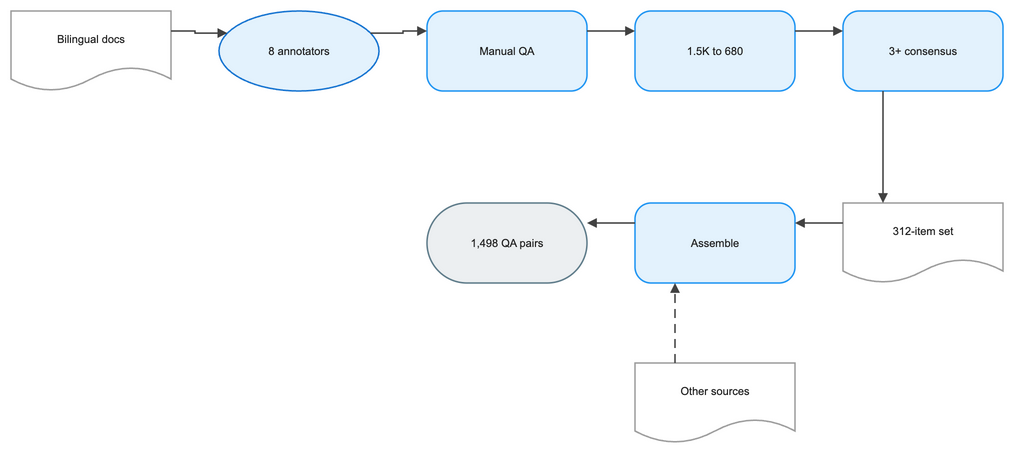
The draw.io diagram client/public/drawio/CodeSimpleQA/CodeSimpleQA.en.png in joe1chief/benchmark-hub, before a commit. Source tidied: cells renumbered, new cells last; positions are measured from the earlier drawing's top-left corner, leaving out a move shared by most shapes.
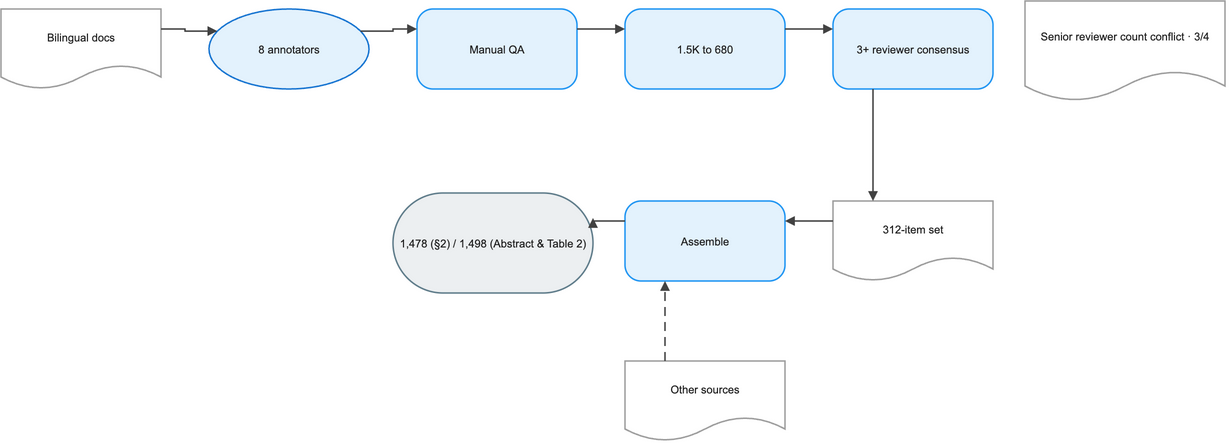
Above is the later version.

Change to the diagram source:
```diff
@@ -1,57 +1,60 @@
-<mxGraphModel background="#FFFFFF" math="1">
+<mxGraphModel background="#FFFFFF">
   <root>
     <mxCell id="0" />
     <mxCell id="1" parent="0" />
-    <mxCell id="2" value="Bilingual docs" style="shape=document;boundedLbl=1;html=1;whiteSpace=wrap;fillColor=#FFFFFF;strokeColor=#9E9E9E;strokeWidth=1.5;fontColor=#212121;fontSize=11;fontFamily=Arial, Helvetica, sans-serif;verticalAlign=middle;align=center;" parent="1" vertex="1">
+    <mxCell id="2" value="Bilingual docs" style="shape=document;boundedLbl=1;html=0;convertToSvg=1;whiteSpace=wrap;fillColor=#FFFFFF;strokeColor=#9E9E9E;strokeWidth=1.5;fontColor=#212121;fontSize=11;fontFamily=Arial, Helvetica, sans-serif;verticalAlign=middle;align=center;" parent="1" vertex="1">
       <mxGeometry width="160" height="80" as="geometry" />
     </mxCell>
-    <mxCell id="3" value="8 annotators" style="ellipse;html=1;whiteSpace=wrap;fillColor=#E3F2FD;strokeColor=#1976D2;strokeWidth=1.5;fontColor=#212121;fontSize=11;fontFamily=Arial, Helvetica, sans-serif;verticalAlign=middle;align=center;" parent="1" vertex="1">
+    <mxCell id="3" value="8 annotators" style="ellipse;html=0;convertToSvg=1;whiteSpace=wrap;fillColor=#E3F2FD;strokeColor=#1976D2;strokeWidth=1.5;fontColor=#212121;fontSize=11;fontFamily=Arial, Helvetica, sans-serif;verticalAlign=middle;align=center;" parent="1" vertex="1">
       <mxGeometry x="208" width="160" height="80" as="geometry" />
     </mxCell>
-    <mxCell id="4" value="Manual QA" style="rounded=1;arcSize=20;html=1;whiteSpace=wrap;fillColor=#E3F2FD;strokeColor=#2196F3;strokeWidth=1.5;fontColor=#212121;fontSize=11;fontFamily=Arial, Helvetica, sans-serif;verticalAlign=middle;align=center;" parent="1" vertex="1">
+    <mxCell id="4" value="Manual QA" style="rounded=1;arcSize=20;html=0;convertToSvg=1;whiteSpace=wrap;fillColor=#E3F2FD;strokeColor=#2196F3;strokeWidth=1.5;fontColor=#212121;fontSize=11;fontFamily=Arial, Helvetica, sans-serif;verticalAlign=middle;align=center;" parent="1" vertex="1">
       <mxGeometry x="416" width="160" height="80" as="geometry" />
     </mxCell>
-    <mxCell id="5" value="1.5K to 680" style="rounded=1;arcSize=20;html=1;whiteSpace=wrap;fillColor=#E3F2FD;strokeColor=#2196F3;strokeWidth=1.5;fontColor=#212121;fontSize=11;fontFamily=Arial, Helvetica, sans-serif;verticalAlign=middle;align=center;" parent="1" vertex="1">
+    <mxCell id="5" value="1.5K to 680" style="rounded=1;arcSize=20;html=0;convertToSvg=1;whiteSpace=wrap;fillColor=#E3F2FD;strokeColor=#2196F3;strokeWidth=1.5;fontColor=#212121;fontSize=11;fontFamily=Arial, Helvetica, sans-serif;verticalAlign=middle;align=center;" parent="1" vertex="1">
       <mxGeometry x="624" width="160" height="80" as="geometry" />
     </mxCell>
-    <mxCell id="6" value="3+ consensus" style="rounded=1;arcSize=20;html=1;whiteSpace=wrap;fillColor=#E3F2FD;strokeColor=#2196F3;strokeWidth=1.5;fontColor=#212121;fontSize=11;fontFamily=Arial, Helvetica, sans-serif;verticalAlign=middle;align=center;" parent="1" vertex="1">
+    <mxCell id="6" value="3+ reviewer consensus" style="rounded=1;arcSize=20;html=0;convertToSvg=1;whiteSpace=wrap;fillColor=#E3F2FD;strokeColor=#2196F3;strokeWidth=1.5;fontColor=#212121;fontSize=11;fontFamily=Arial, Helvetica, sans-serif;verticalAlign=middle;align=center;" parent="1" vertex="1">
       <mxGeometry x="832" width="160" height="80" as="geometry" />
     </mxCell>
-    <mxCell id="7" value="312-item set" style="shape=document;boundedLbl=1;html=1;whiteSpace=wrap;fillColor=#FFFFFF;strokeColor=#9E9E9E;strokeWidth=1.5;fontColor=#212121;fontSize=11;fontFamily=Arial, Helvetica, sans-serif;verticalAlign=middle;align=center;" parent="1" vertex="1">
-      <mxGeometry x="832" y="192" width="160" height="80" as="geometry" />
+    <mxCell id="7" value="Senior reviewer count conflict · 3/4" style="shape=document;boundedLbl=1;html=0;convertToSvg=1;whiteSpace=wrap;fillColor=#FFFFFF;strokeColor=#9E9E9E;strokeWidth=1.5;fontColor=#212121;fontSize=11;fontFamily=Arial, Helvetica, sans-serif;verticalAlign=middle;align=center;" parent="1" vertex="1">
+      <mxGeometry x="1024" y="-8" width="200" height="100" as="geometry" />
     </mxCell>
-    <mxCell id="8" value="Other sources" style="shape=document;boundedLbl=1;html=1;whiteSpace=wrap;fillColor=#FFFFFF;strokeColor=#9E9E9E;strokeWidth=1.5;fontColor=#212121;fontSize=11;fontFamily=Arial, Helvetica, sans-serif;verticalAlign=middle;align=center;" parent="1" vertex="1">
-      <mxGeometry x="624" y="352" width="160" height="80" as="geometry" />
+    <mxCell id="8" value="312-item set" style="shape=document;boundedLbl=1;html=0;convertToSvg=1;whiteSpace=wrap;fillColor=#FFFFFF;strokeColor=#9E9E9E;strokeWidth=1.5;fontColor=#212121;fontSize=11;fontFamily=Arial, Helvetica, sans-serif;verticalAlign=middle;align=center;" parent="1" vertex="1">
+      <mxGeometry x="832" y="192" width="160" height="80" as="geometry" />
     </mxCell>
-    <mxCell id="9" value="Assemble" style="rounded=1;arcSize=20;html=1;whiteSpace=wrap;fillColor=#E3F2FD;strokeColor=#2196F3;strokeWidth=1.5;fontColor=#212121;fontSize=11;fontFamily=Arial, Helvetica, sans-serif;verticalAlign=middle;align=center;" parent="1" vertex="1">
-      <mxGeometry x="624" y="192" width="160" height="80" as="geometry" />
+    <mxCell id="9" value="Other sources" style="shape=document;boundedLbl=1;html=0;convertToSvg=1;whiteSpace=wrap;fillColor=#FFFFFF;strokeColor=#9E9E9E;strokeWidth=1.5;fontColor=#212121;fontSize=11;fontFamily=Arial, Helvetica, sans-serif;verticalAlign=middle;align=center;" parent="1" vertex="1">
+      <mxGeometry x="624" y="352" width="160" height="80" as="geometry" />
     </mxCell>
-    <mxCell id="10" value="1,498 QA pairs" style="rounded=1;arcSize=50;html=1;whiteSpace=wrap;fillColor=#ECEFF1;strokeColor=#607D8B;strokeWidth=1.5;fontColor=#212121;fontSize=11;fontFamily=Arial, Helvetica, sans-serif;verticalAlign=middle;align=center;" parent="1" vertex="1">
-      <mxGeometry x="416" y="192" width="160" height="80" as="geometry" />
+    <mxCell id="10" value="Assemble" style="rounded=1;arcSize=20;html=0;convertToSvg=1;whiteSpace=wrap;fillColor=#E3F2FD;strokeColor=#2196F3;strokeWidth=1.5;fontColor=#212121;fontSize=11;fontFamily=Arial, Helvetica, sans-serif;verticalAlign=middle;align=center;" parent="1" vertex="1">
+      <mxGeometry x="624" y="192" width="160" height="80" as="geometry" />
     </mxCell>
-    <mxCell id="11" style="edgeStyle=orthogonalEdgeStyle;rounded=0;jettySize=auto;html=1;strokeColor=#424242;strokeWidth=1.5;endArrow=block;endFill=1;exitX=1;exitY=0.25;exitDx=0;exitDy=0;entryX=0;entryY=0.25;entryDx=0;entryDy=0;jumpStyle=arc;jumpSize=8;" parent="1" edge="1" source="2" target="3">
-      <mxGeometry relative="1" as="geometry" />
+    <mxCell id="11" value="1,478 (§2) / 1,498 (Abstract &amp; Table 2)" style="rounded=1;arcSize=50;html=0;convertToSvg=1;whiteSpace=wrap;fillColor=#ECEFF1;strokeColor=#607D8B;strokeWidth=1.5;fontColor=#212121;fontSize=11;fontFamily=Arial, Helvetica, sans-serif;verticalAlign=middle;align=center;" parent="1" vertex="1">
+      <mxGeometry x="392" y="184" width="200" height="100" as="geometry" />
     </mxCell>
-    <mxCell id="12" style="edgeStyle=orthogonalEdgeStyle;rounded=0;jettySize=auto;html=1;strokeColor=#424242;strokeWidth=1.5;endArrow=block;endFill=1;exitX=1;exitY=0.25;exitDx=0;exitDy=0;entryX=0;entryY=0.25;entryDx=0;entryDy=0;jumpStyle=arc;jumpSize=8;" parent="1" edge="1" source="3" target="4">
+    <mxCell id="12" style="edgeStyle=orthogonalEdgeStyle;rounded=0;jettySize=auto;html=0;convertToSvg=1;strokeColor=#424242;strokeWidth=1.5;endArrow=block;endFill=1;exitX=1;exitY=0.25;exitDx=0;exitDy=0;entryX=0;entryY=0.25;entryDx=0;entryDy=0;jumpStyle=arc;jumpSize=8;" parent="1" edge="1" source="2" target="3">
       <mxGeometry relative="1" as="geometry" />
     </mxCell>
-    <mxCell id="13" style="edgeStyle=orthogonalEdgeStyle;rounded=0;jettySize=auto;html=1;strokeColor=#424242;strokeWidth=1.5;endArrow=block;endFill=1;exitX=1;exitY=0.25;exitDx=0;exitDy=0;entryX=0;entryY=0.25;entryDx=0;entryDy=0;jumpStyle=arc;jumpSize=8;" parent="1" edge="1" source="4" target="5">
+    <mxCell id="13" style="edgeStyle=orthogonalEdgeStyle;rounded=0;jettySize=auto;html=0;convertToSvg=1;strokeColor=#424242;strokeWidth=1.5;endArrow=block;endFill=1;exitX=1;exitY=0.25;exitDx=0;exitDy=0;entryX=0;entryY=0.25;entryDx=0;entryDy=0;jumpStyle=arc;jumpSize=8;" parent="1" edge="1" source="3" target="4">
       <mxGeometry relative="1" as="geometry" />
     </mxCell>
-    <mxCell id="14" style="edgeStyle=orthogonalEdgeStyle;rounded=0;jettySize=auto;html=1;strokeColor=#424242;strokeWidth=1.5;endArrow=block;endFill=1;exitX=1;exitY=0.25;exitDx=0;exitDy=0;entryX=0;entryY=0.25;entryDx=0;entryDy=0;jumpStyle=arc;jumpSize=8;" parent="1" edge="1" source="5" target="6">
+    <mxCell id="14" style="edgeStyle=orthogonalEdgeStyle;rounded=0;jettySize=auto;html=0;convertToSvg=1;strokeColor=#424242;strokeWidth=1.5;endArrow=block;endFill=1;exitX=1;exitY=0.25;exitDx=0;exitDy=0;entryX=0;entryY=0.25;entryDx=0;entryDy=0;jumpStyle=arc;jumpSize=8;" parent="1" edge="1" source="4" target="5">
       <mxGeometry relative="1" as="geometry" />
     </mxCell>
-    <mxCell id="15" style="edgeStyle=orthogonalEdgeStyle;rounded=0;jettySize=auto;html=1;strokeColor=#424242;strokeWidth=1.5;endArrow=block;endFill=1;exitX=0.25;exitY=1;exitDx=0;exitDy=0;entryX=0.25;entryY=0;entryDx=0;entryDy=0;jumpStyle=arc;jumpSize=8;" parent="1" edge="1" source="6" target="7">
+    <mxCell id="15" style="edgeStyle=orthogonalEdgeStyle;rounded=0;jettySize=auto;html=0;convertToSvg=1;strokeColor=#424242;strokeWidth=1.5;endArrow=block;endFill=1;exitX=1;exitY=0.25;exitDx=0;exitDy=0;entryX=0;entryY=0.25;entryDx=0;entryDy=0;jumpStyle=arc;jumpSize=8;" parent="1" edge="1" source="5" target="6">
       <mxGeometry relative="1" as="geometry" />
     </mxCell>
-    <mxCell id="16" style="edgeStyle=orthogonalEdgeStyle;rounded=0;jettySize=auto;html=1;strokeColor=#424242;strokeWidth=1.5;endArrow=block;endFill=1;exitX=0;exitY=0.25;exitDx=0;exitDy=0;entryX=1;entryY=0.25;entryDx=0;entryDy=0;jumpStyle=arc;jumpSize=8;" parent="1" edge="1" source="7" target="9">
+    <mxCell id="16" style="edgeStyle=orthogonalEdgeStyle;rounded=0;jettySize=auto;html=0;convertToSvg=1;strokeColor=#424242;strokeWidth=1.5;endArrow=block;endFill=1;exitX=0.25;exitY=1;exitDx=0;exitDy=0;entryX=0.25;entryY=0;entryDx=0;entryDy=0;jumpStyle=arc;jumpSize=8;" parent="1" edge="1" source="6" target="8">
       <mxGeometry relative="1" as="geometry" />
     </mxCell>
-    <mxCell id="17" style="edgeStyle=orthogonalEdgeStyle;rounded=0;jettySize=auto;html=1;strokeColor=#424242;strokeWidth=1.5;endArrow=block;endFill=1;exitX=0.25;exitY=0;exitDx=0;exitDy=0;entryX=0.25;entryY=1;entryDx=0;entryDy=0;dashed=1;dashPattern=6 4;jumpStyle=arc;jumpSize=8;" parent="1" edge="1" source="8" target="9">
+    <mxCell id="17" style="edgeStyle=orthogonalEdgeStyle;rounded=0;jettySize=auto;html=0;convertToSvg=1;strokeColor=#424242;strokeWidth=1.5;endArrow=block;endFill=1;exitX=0;exitY=0.25;exitDx=0;exitDy=0;entryX=1;entryY=0.25;entryDx=0;entryDy=0;jumpStyle=arc;jumpSize=8;" parent="1" edge="1" source="8" target="10">
       <mxGeometry relative="1" as="geometry" />
     </mxCell>
-    <mxCell id="18" style="edgeStyle=orthogonalEdgeStyle;rounded=0;jettySize=auto;html=1;strokeColor=#424242;strokeWidth=1.5;endArrow=block;endFill=1;exitX=0;exitY=0.25;exitDx=0;exitDy=0;entryX=1;entryY=0.25;entryDx=0;entryDy=0;jumpStyle=arc;jumpSize=8;" parent="1" edge="1" source="9" target="10">
+    <mxCell id="18" style="edgeStyle=orthogonalEdgeStyle;rounded=0;jettySize=auto;html=0;convertToSvg=1;strokeColor=#424242;strokeWidth=1.5;endArrow=block;endFill=1;exitX=0.25;exitY=0;exitDx=0;exitDy=0;entryX=0.25;entryY=1;entryDx=0;entryDy=0;dashed=1;dashPattern=6 4;jumpStyle=arc;jumpSize=8;" parent="1" edge="1" source="9" target="10">
       <mxGeometry relative="1" as="geometry" />
     </mxCell>
+    <mxCell id="19" style="edgeStyle=orthogonalEdgeStyle;rounded=0;jettySize=auto;html=0;convertToSvg=1;strokeColor=#424242;strokeWidth=1.5;endArrow=block;endFill=1;exitX=0;exitY=0.25;exitDx=0;exitDy=0;entryX=1;entryY=0.25;entryDx=0;entryDy=0;jumpStyle=arc;jumpSize=8;" parent="1" edge="1" source="10" target="11">
+      <mxGeometry relative="1" as="geometry" />
+    </mxCell>
   </root>
 </mxGraphModel>
```
